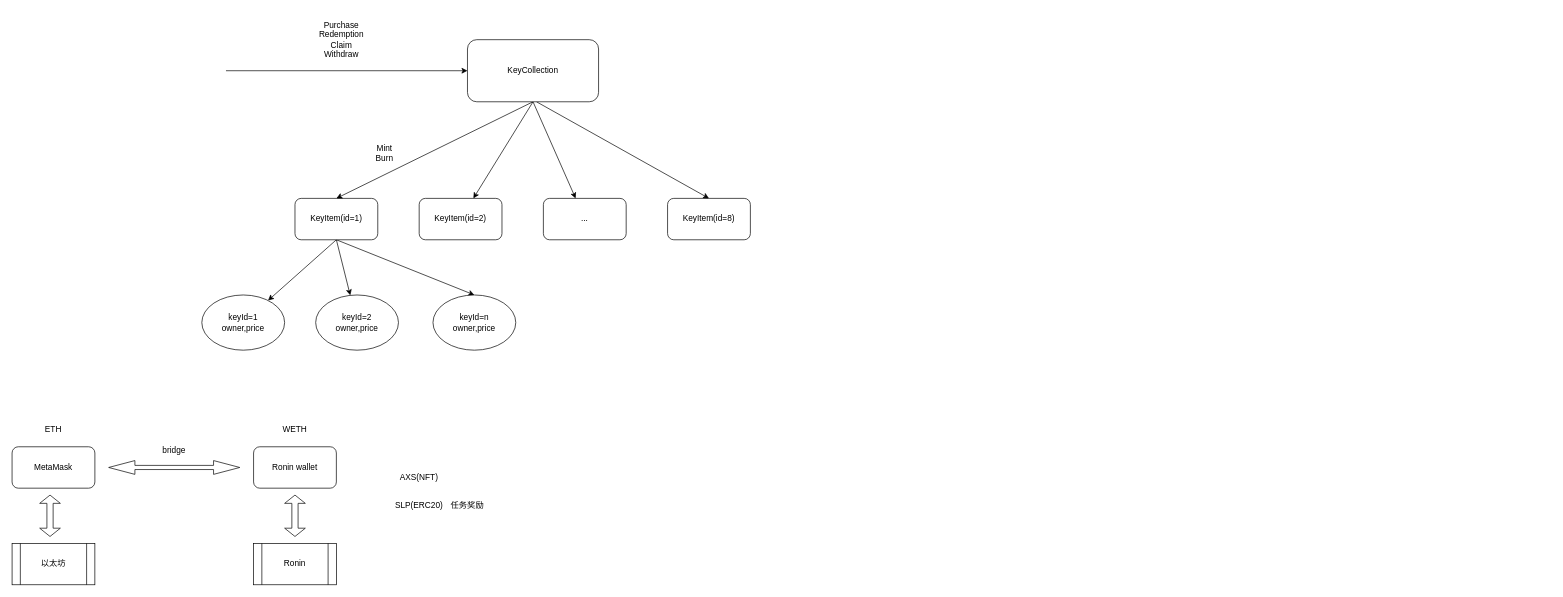
The draw.io diagram page "gamefi" (1 of 6) of outdoor.drawio in jxu86/project-uml, before the edit. Source tidied: cells renumbered, new cells numbered last; positions are measured from the earlier drawing's top-left corner, leaving out a move shared by most shapes. Both pictures are drawn from the tidied source at 69%, with x=0, y=0 at pixel (12, 12).
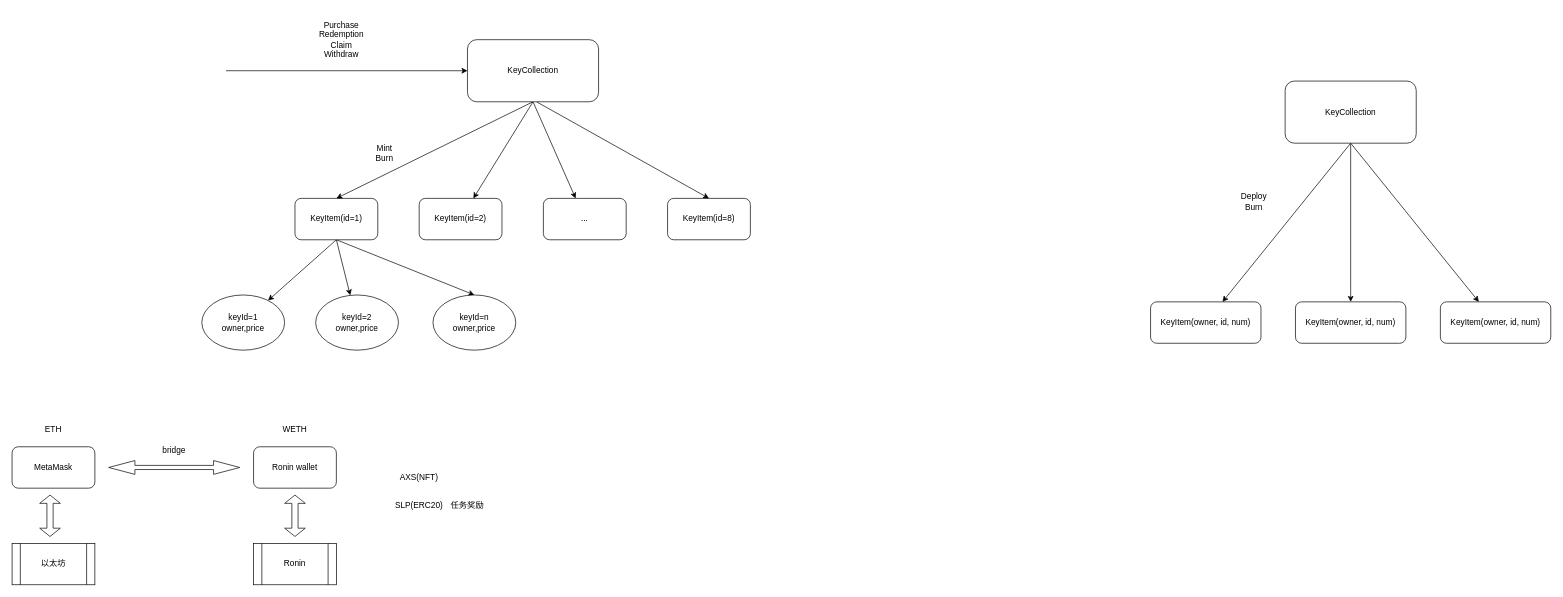
After the change.

The edit, as a diff of the source:
```diff
@@
+    <mxCell id="33" value="KeyItem(owner, id, num)" style="rounded=1;whiteSpace=wrap;html=1;" parent="1" vertex="1">
+      <mxGeometry x="1650" y="420" width="160" height="60" as="geometry" />
+    </mxCell>
+    <mxCell id="34" value="KeyItem(owner, id, num)" style="rounded=1;whiteSpace=wrap;html=1;" parent="1" vertex="1">
+      <mxGeometry x="1860" y="420" width="160" height="60" as="geometry" />
+    </mxCell>
+    <mxCell id="35" value="KeyItem(owner, id, num)" style="rounded=1;whiteSpace=wrap;html=1;" parent="1" vertex="1">
+      <mxGeometry x="2070" y="420" width="160" height="60" as="geometry" />
+    </mxCell>
+    <mxCell id="36" style="rounded=0;jettySize=auto;html=1;exitX=0.5;exitY=1;exitDx=0;exitDy=0;" parent="1" edge="1" source="39" target="33">
+      <mxGeometry relative="1" as="geometry" />
+    </mxCell>
+    <mxCell id="37" style="edgeStyle=orthogonalEdgeStyle;rounded=0;jettySize=auto;html=1;entryX=0.5;entryY=0;entryDx=0;entryDy=0;" parent="1" edge="1" source="39" target="34">
+      <mxGeometry relative="1" as="geometry" />
+    </mxCell>
+    <mxCell id="38" style="rounded=0;jettySize=auto;html=1;exitX=0.5;exitY=1;exitDx=0;exitDy=0;" parent="1" edge="1" source="39" target="35">
+      <mxGeometry relative="1" as="geometry" />
+    </mxCell>
+    <mxCell id="39" value="KeyCollection" style="rounded=1;whiteSpace=wrap;html=1;" parent="1" vertex="1">
+      <mxGeometry x="1845" y="100" width="190" height="90" as="geometry" />
+    </mxCell>
+    <mxCell id="40" value="Deploy&lt;br&gt;Burn" style="text;html=1;strokeColor=none;fillColor=none;align=center;verticalAlign=middle;whiteSpace=wrap;rounded=0;" parent="1" vertex="1">
+      <mxGeometry x="1770" y="260" width="60" height="30" as="geometry" />
+    </mxCell>
```
